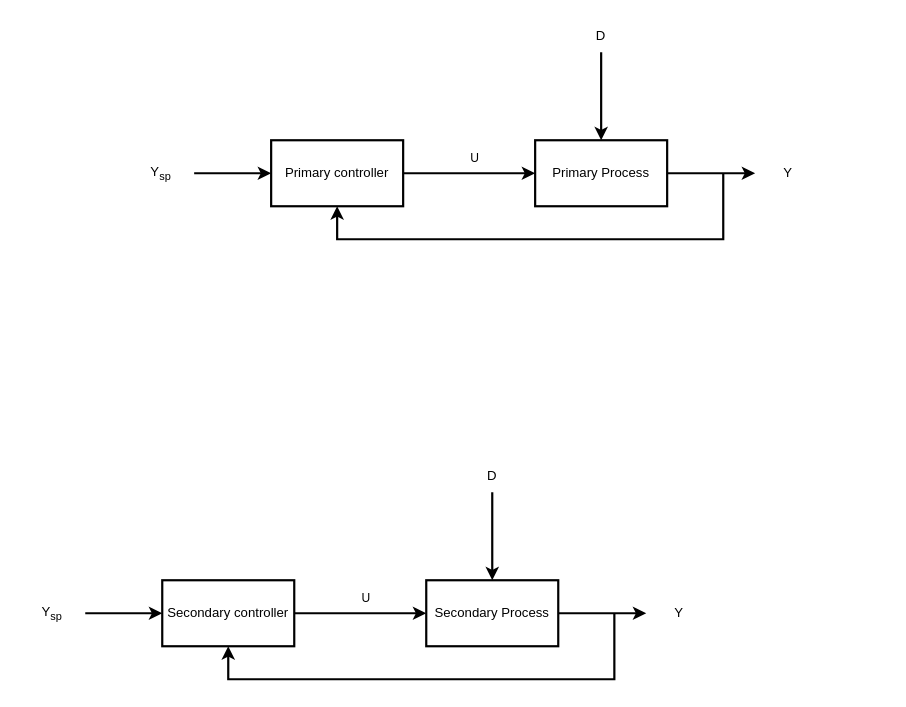
Above: page "cascade-series" (2 of 15) of assets/images/cascade-control.drawio in rputikar/advanced-modeling-and-control (draw.io), before the change. Source tidied: cells renumbered, new cells numbered last; positions are measured from the earlier drawing's top-left corner, leaving out a move shared by most shapes. Both pictures are drawn from the tidied source at 110%, with x=0, y=0 at pixel (19, 19).
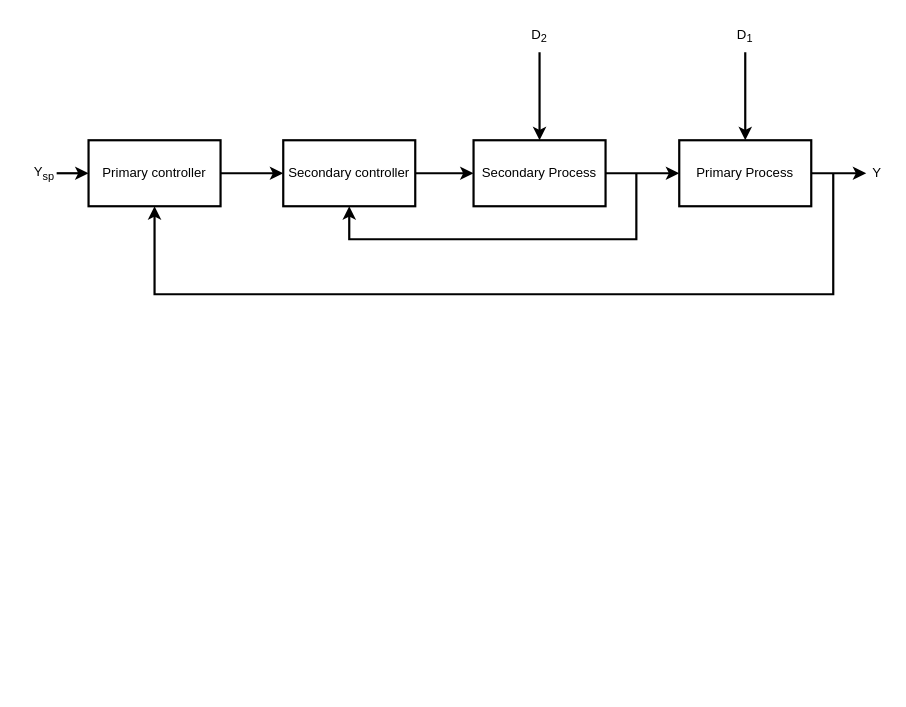
Above is the later version.

What changed in the source:
```diff
@@
-    <mxCell id="2" style="edgeStyle=orthogonalEdgeStyle;rounded=0;jettySize=auto;html=1;exitX=1;exitY=0.5;exitDx=0;exitDy=0;labelBackgroundColor=none;fontColor=default;strokeWidth=2;" parent="1" edge="1" source="4" target="7">
-      <mxGeometry relative="1" as="geometry" />
-    </mxCell>
-    <mxCell id="3" value="U" style="edgeLabel;html=1;align=center;verticalAlign=middle;rounded=0;labelBackgroundColor=none;fontFamily=IBM Plex sans;" parent="2" vertex="1">
-      <mxGeometry x="0.07" y="-1" relative="1" as="geometry">
-        <mxPoint y="-16" as="offset" />
-      </mxGeometry>
-    </mxCell>
+    <mxCell id="24" style="edgeStyle=orthogonalEdgeStyle;rounded=0;jettySize=auto;html=1;exitX=1;exitY=0.5;exitDx=0;exitDy=0;entryX=0;entryY=0.5;entryDx=0;entryDy=0;strokeWidth=2;" parent="1" edge="1" source="4" target="15">
+      <mxGeometry relative="1" as="geometry" />
+    </mxCell>
     <mxCell id="4" value="Primary controller" style="rounded=0;whiteSpace=wrap;html=1;labelBackgroundColor=none;fontFamily=IBM Plex sans;fillColor=none;strokeWidth=2;" parent="1" vertex="1">
-      <mxGeometry x="229" y="110" width="120" height="60" as="geometry" />
+      <mxGeometry x="63" y="110" width="120" height="60" as="geometry" />
     </mxCell>
@@
     <mxCell id="6" style="edgeStyle=orthogonalEdgeStyle;shape=connector;rounded=0;jettySize=auto;html=1;entryX=0.5;entryY=1;entryDx=0;entryDy=0;labelBackgroundColor=none;strokeColor=default;fontFamily=IBM Plex sans;fontSize=12;fontColor=default;endArrow=classic;strokeWidth=2;" parent="1" edge="1" target="4">
       <mxGeometry relative="1" as="geometry">
-        <mxPoint x="640" y="140" as="sourcePoint" />
+        <mxPoint x="740" y="140" as="sourcePoint" />
         <Array as="points">
-          <mxPoint x="640" y="200" />
-          <mxPoint x="289" y="200" />
+          <mxPoint x="740" y="250" />
+          <mxPoint x="123" y="250" />
         </Array>
       </mxGeometry>
     </mxCell>
     <mxCell id="7" value="Primary Process" style="rounded=0;whiteSpace=wrap;html=1;labelBackgroundColor=none;fontFamily=IBM Plex sans;fillColor=none;strokeWidth=2;" parent="1" vertex="1">
-      <mxGeometry x="469" y="110" width="120" height="60" as="geometry" />
+      <mxGeometry x="600" y="110" width="120" height="60" as="geometry" />
     </mxCell>
@@
     <mxCell id="9" value="Y&lt;sub&gt;sp&lt;/sub&gt;" style="text;html=1;strokeColor=none;fillColor=none;align=center;verticalAlign=middle;whiteSpace=wrap;rounded=0;labelBackgroundColor=none;fontFamily=IBM Plex sans;" parent="1" vertex="1">
-      <mxGeometry x="99" y="125" width="60" height="30" as="geometry" />
+      <mxGeometry x="12" y="125" width="22" height="30" as="geometry" />
     </mxCell>
     <mxCell id="10" style="edgeStyle=orthogonalEdgeStyle;rounded=0;jettySize=auto;html=1;exitX=0.5;exitY=1;exitDx=0;exitDy=0;entryX=0.5;entryY=0;entryDx=0;entryDy=0;labelBackgroundColor=none;fontColor=default;strokeWidth=2;" parent="1" edge="1" source="11" target="7">
-      <mxGeometry relative="1" as="geometry" />
+      <mxGeometry relative="1" as="geometry">
+        <Array as="points">
+          <mxPoint x="660" y="30" />
+        </Array>
+      </mxGeometry>
     </mxCell>
-    <mxCell id="11" value="D" style="text;html=1;strokeColor=none;fillColor=none;align=center;verticalAlign=middle;whiteSpace=wrap;rounded=0;labelBackgroundColor=none;fontFamily=IBM Plex sans;" parent="1" vertex="1">
-      <mxGeometry x="499" width="60" height="30" as="geometry" />
+    <mxCell id="11" value="D&lt;sub&gt;1&lt;/sub&gt;" style="text;html=1;strokeColor=none;fillColor=none;align=center;verticalAlign=middle;whiteSpace=wrap;rounded=0;labelBackgroundColor=none;fontFamily=IBM Plex sans;" parent="1" vertex="1">
+      <mxGeometry x="648" width="24" height="30" as="geometry" />
     </mxCell>
     <mxCell id="12" value="Y" style="text;html=1;strokeColor=none;fillColor=none;align=center;verticalAlign=middle;whiteSpace=wrap;rounded=0;labelBackgroundColor=none;fontFamily=IBM Plex sans;" parent="1" vertex="1">
-      <mxGeometry x="669" y="125" width="60" height="30" as="geometry" />
+      <mxGeometry x="770" y="125" width="20" height="30" as="geometry" />
     </mxCell>
-    <mxCell id="13" style="edgeStyle=orthogonalEdgeStyle;rounded=0;jettySize=auto;html=1;exitX=1;exitY=0.5;exitDx=0;exitDy=0;labelBackgroundColor=none;fontColor=default;strokeWidth=2;" parent="1" edge="1" source="15" target="18">
+    <mxCell id="13" style="edgeStyle=orthogonalEdgeStyle;rounded=0;jettySize=auto;html=1;exitX=1;exitY=0.5;exitDx=0;exitDy=0;entryX=0;entryY=0.5;entryDx=0;entryDy=0;strokeWidth=2;" parent="1" edge="1" source="15" target="18">
       <mxGeometry relative="1" as="geometry" />
     </mxCell>
-    <mxCell id="14" value="U" style="edgeLabel;html=1;align=center;verticalAlign=middle;rounded=0;labelBackgroundColor=none;fontFamily=IBM Plex sans;" parent="13" vertex="1">
-      <mxGeometry x="0.07" y="-1" relative="1" as="geometry">
-        <mxPoint y="-16" as="offset" />
-      </mxGeometry>
-    </mxCell>
     <mxCell id="15" value="Secondary controller" style="rounded=0;whiteSpace=wrap;html=1;labelBackgroundColor=none;fontFamily=IBM Plex sans;fillColor=none;strokeWidth=2;" parent="1" vertex="1">
-      <mxGeometry x="130" y="510" width="120" height="60" as="geometry" />
+      <mxGeometry x="240" y="110" width="120" height="60" as="geometry" />
     </mxCell>
-    <mxCell id="16" style="edgeStyle=orthogonalEdgeStyle;rounded=0;jettySize=auto;html=1;exitX=1;exitY=0.5;exitDx=0;exitDy=0;entryX=0;entryY=0.5;entryDx=0;entryDy=0;labelBackgroundColor=none;fontColor=default;strokeWidth=2;" parent="1" edge="1" source="18" target="23">
-      <mxGeometry relative="1" as="geometry" />
-    </mxCell>
-    <mxCell id="17" style="edgeStyle=orthogonalEdgeStyle;shape=connector;rounded=0;jettySize=auto;html=1;entryX=0.5;entryY=1;entryDx=0;entryDy=0;labelBackgroundColor=none;strokeColor=default;fontFamily=IBM Plex sans;fontSize=12;fontColor=default;endArrow=classic;strokeWidth=2;" parent="1" edge="1" target="15">
-      <mxGeometry relative="1" as="geometry">
-        <mxPoint x="541" y="540" as="sourcePoint" />
-        <Array as="points">
-          <mxPoint x="541" y="600" />
-          <mxPoint x="190" y="600" />
-        </Array>
-      </mxGeometry>
-    </mxCell>
+    <mxCell id="25" style="edgeStyle=orthogonalEdgeStyle;rounded=0;jettySize=auto;html=1;exitX=0.5;exitY=1;exitDx=0;exitDy=0;entryX=0.5;entryY=0;entryDx=0;entryDy=0;labelBackgroundColor=none;fontColor=default;strokeWidth=2;" parent="1" edge="1" source="26">
+      <mxGeometry relative="1" as="geometry">
+        <mxPoint x="473" y="110" as="targetPoint" />
+      </mxGeometry>
+    </mxCell>
+    <mxCell id="26" value="D&lt;sub&gt;2&lt;/sub&gt;" style="text;html=1;strokeColor=none;fillColor=none;align=center;verticalAlign=middle;whiteSpace=wrap;rounded=0;labelBackgroundColor=none;fontFamily=IBM Plex sans;" parent="1" vertex="1">
+      <mxGeometry x="443" width="60" height="30" as="geometry" />
+    </mxCell>
+    <mxCell id="27" style="edgeStyle=orthogonalEdgeStyle;rounded=0;jettySize=auto;html=1;exitX=1;exitY=0.5;exitDx=0;exitDy=0;entryX=0;entryY=0.5;entryDx=0;entryDy=0;strokeWidth=2;" parent="1" edge="1" source="18" target="7">
+      <mxGeometry relative="1" as="geometry" />
+    </mxCell>
     <mxCell id="18" value="Secondary Process" style="rounded=0;whiteSpace=wrap;html=1;labelBackgroundColor=none;fontFamily=IBM Plex sans;fillColor=none;strokeWidth=2;" parent="1" vertex="1">
-      <mxGeometry x="370" y="510" width="120" height="60" as="geometry" />
+      <mxGeometry x="413" y="110" width="120" height="60" as="geometry" />
     </mxCell>
-    <mxCell id="19" style="endArrow=classic;html=1;rounded=0;entryX=0;entryY=0.5;entryDx=0;entryDy=0;exitX=1;exitY=0.5;exitDx=0;exitDy=0;labelBackgroundColor=none;fontColor=default;strokeWidth=2;" parent="1" edge="1" source="20" target="15">
-      <mxGeometry relative="1" as="geometry" />
-    </mxCell>
-    <mxCell id="20" value="Y&lt;sub&gt;sp&lt;/sub&gt;" style="text;html=1;strokeColor=none;fillColor=none;align=center;verticalAlign=middle;whiteSpace=wrap;rounded=0;labelBackgroundColor=none;fontFamily=IBM Plex sans;" parent="1" vertex="1">
-      <mxGeometry y="525" width="60" height="30" as="geometry" />
-    </mxCell>
-    <mxCell id="21" style="edgeStyle=orthogonalEdgeStyle;rounded=0;jettySize=auto;html=1;exitX=0.5;exitY=1;exitDx=0;exitDy=0;entryX=0.5;entryY=0;entryDx=0;entryDy=0;labelBackgroundColor=none;fontColor=default;strokeWidth=2;" parent="1" edge="1" source="22" target="18">
-      <mxGeometry relative="1" as="geometry" />
-    </mxCell>
-    <mxCell id="22" value="D" style="text;html=1;strokeColor=none;fillColor=none;align=center;verticalAlign=middle;whiteSpace=wrap;rounded=0;labelBackgroundColor=none;fontFamily=IBM Plex sans;" parent="1" vertex="1">
-      <mxGeometry x="400" y="400" width="60" height="30" as="geometry" />
-    </mxCell>
-    <mxCell id="23" value="Y" style="text;html=1;strokeColor=none;fillColor=none;align=center;verticalAlign=middle;whiteSpace=wrap;rounded=0;labelBackgroundColor=none;fontFamily=IBM Plex sans;" parent="1" vertex="1">
-      <mxGeometry x="570" y="525" width="60" height="30" as="geometry" />
-    </mxCell>
+    <mxCell id="28" style="edgeStyle=orthogonalEdgeStyle;shape=connector;rounded=0;jettySize=auto;html=1;entryX=0.5;entryY=1;entryDx=0;entryDy=0;labelBackgroundColor=none;strokeColor=default;fontFamily=IBM Plex sans;fontSize=12;fontColor=default;endArrow=classic;strokeWidth=2;" parent="1" edge="1" target="15">
+      <mxGeometry relative="1" as="geometry">
+        <mxPoint x="561" y="140" as="sourcePoint" />
+        <Array as="points">
+          <mxPoint x="561" y="200" />
+          <mxPoint x="300" y="200" />
+        </Array>
+      </mxGeometry>
+    </mxCell>
```
